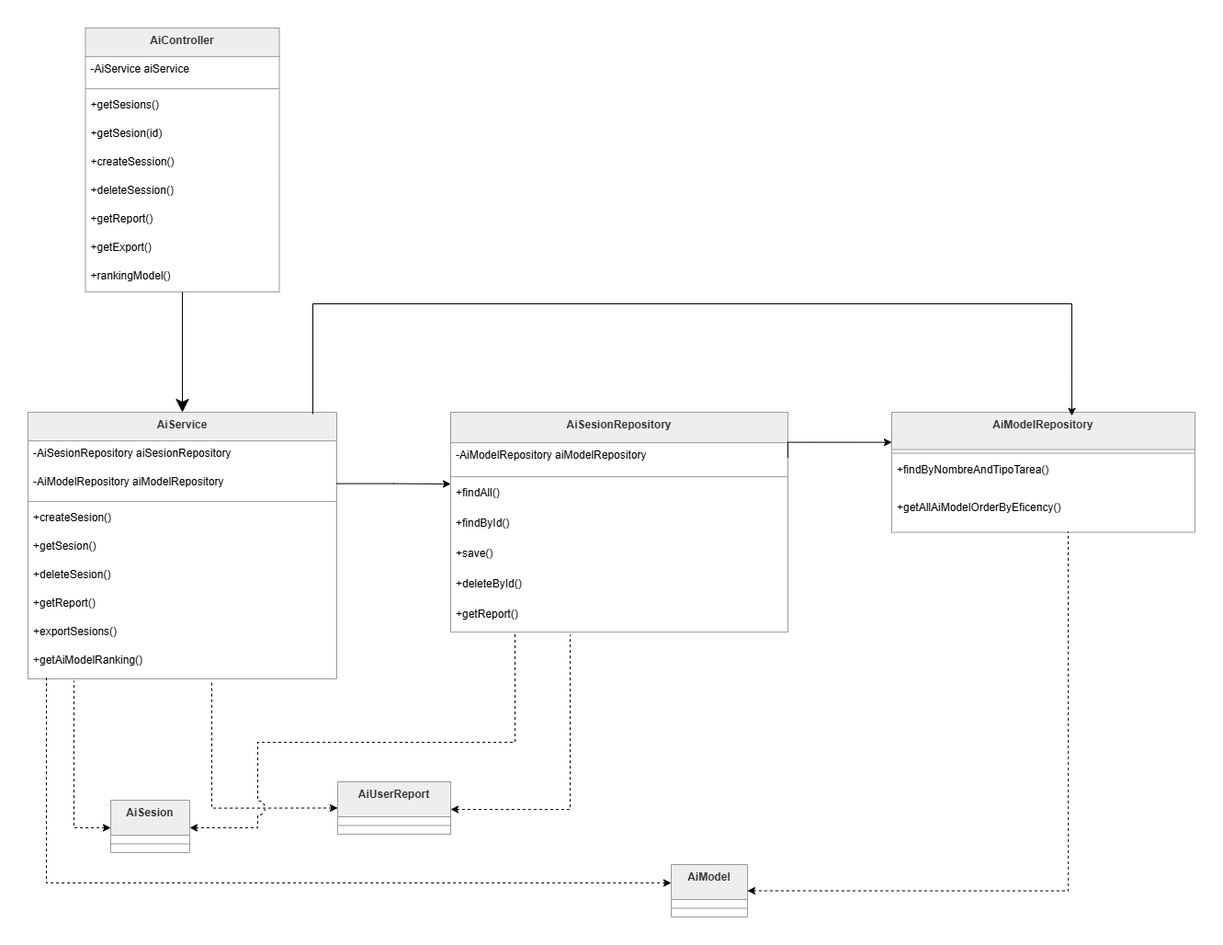
Earlier version of the draw.io export docs/diagramas/02-capas.png (lucia-M-G/practica-springboot). Source tidied: cells renumbered, new cells last; positions are measured from the earlier drawing's top-left corner, leaving out a move shared by most shapes.
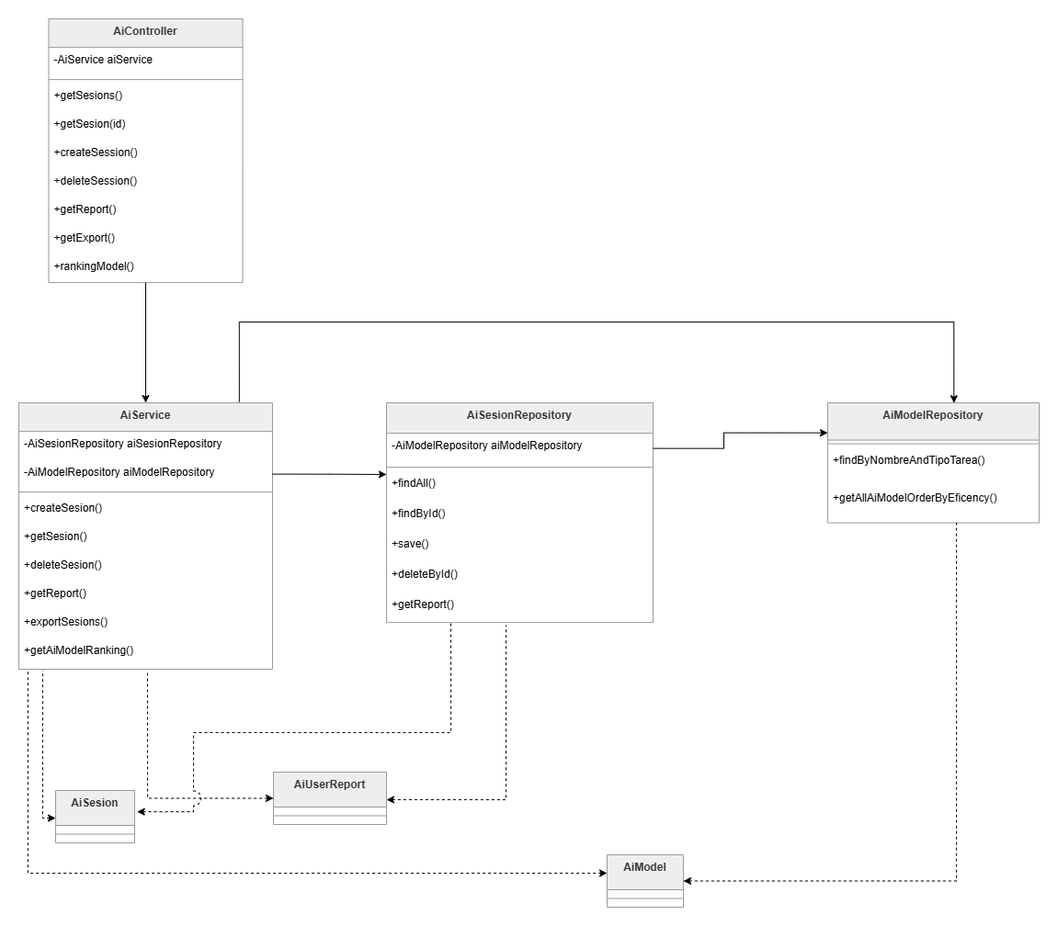
The same diagram one commit later.

The edit, as a diff of the source:
```diff
@@ -3,7 +3,7 @@
     <mxCell id="0" />
     <mxCell id="1" parent="0" />
     <mxCell id="2" value="AiController" style="swimlane;fontStyle=1;align=center;verticalAlign=top;horizontal=1;startSize=31.11111111111111;fillColor=light-dark(#eeeeee,#1f2020);strokeColor=light-dark(#999999,#cccccc);fontColor=light-dark(#333333,#cccccc);" parent="1" vertex="1">
-      <mxGeometry x="62.5" width="211" height="287.1" as="geometry" />
+      <mxGeometry x="92.5" width="211" height="287.1" as="geometry" />
     </mxCell>
     <mxCell id="3" value="-AiService aiService" style="text;strokeColor=none;fillColor=none;align=left;verticalAlign=top;spacingLeft=4;spacingRight=4;overflow=hidden;" parent="2" vertex="1">
       <mxGeometry y="31.1" width="211" height="31" as="geometry" />
@@ -33,99 +33,96 @@
       <mxGeometry y="256.1" width="211" height="31" as="geometry" />
     </mxCell>
     <mxCell id="12" value="AiService" style="swimlane;fontStyle=1;align=center;verticalAlign=top;horizontal=1;startSize=31.11111111111111;fillColor=light-dark(#eeeeee,#1f2020);strokeColor=light-dark(#999999,#cccccc);fontColor=light-dark(#333333,#cccccc);" parent="1" vertex="1">
-      <mxGeometry y="418" width="336" height="290" as="geometry" />
+      <mxGeometry x="60" y="418" width="276" height="290" as="geometry" />
     </mxCell>
     <mxCell id="13" value="-AiSesionRepository aiSesionRepository" style="text;strokeColor=none;fillColor=none;align=left;verticalAlign=top;spacingLeft=4;spacingRight=4;overflow=hidden;" parent="12" vertex="1">
-      <mxGeometry y="31.1" width="336" height="31" as="geometry" />
+      <mxGeometry y="31.1" width="276" height="31" as="geometry" />
     </mxCell>
     <mxCell id="14" value="-AiModelRepository aiModelRepository" style="text;strokeColor=none;fillColor=none;align=left;verticalAlign=top;spacingLeft=4;spacingRight=4;overflow=hidden;points=[[0,0.5],[1,0.5]];portConstraint=eastwest;" parent="12" vertex="1">
-      <mxGeometry y="62.1" width="336" height="31" as="geometry" />
+      <mxGeometry y="62.1" width="276" height="31" as="geometry" />
     </mxCell>
     <mxCell id="15" style="line;strokeWidth=1;fillColor=none;align=left;verticalAlign=middle;spacingTop=-1;spacingLeft=3;spacingRight=3;labelPosition=right;strokeColor=inherit;" parent="12" vertex="1">
-      <mxGeometry y="93.1" width="336" height="8" as="geometry" />
+      <mxGeometry y="93.1" width="276" height="8" as="geometry" />
     </mxCell>
     <mxCell id="16" value="+createSesion()" style="text;strokeColor=none;fillColor=none;align=left;verticalAlign=top;spacingLeft=4;spacingRight=4;overflow=hidden;" parent="12" vertex="1">
-      <mxGeometry y="101.1" width="336" height="31" as="geometry" />
+      <mxGeometry y="101.1" width="276" height="31" as="geometry" />
     </mxCell>
     <mxCell id="17" value="+getSesion()" style="text;strokeColor=none;fillColor=none;align=left;verticalAlign=top;spacingLeft=4;spacingRight=4;overflow=hidden;" parent="12" vertex="1">
-      <mxGeometry y="132.1" width="336" height="31" as="geometry" />
+      <mxGeometry y="132.1" width="276" height="31" as="geometry" />
     </mxCell>
     <mxCell id="18" value="+deleteSesion()" style="text;strokeColor=none;fillColor=none;align=left;verticalAlign=top;spacingLeft=4;spacingRight=4;overflow=hidden;" parent="12" vertex="1">
-      <mxGeometry y="163.1" width="336" height="31" as="geometry" />
+      <mxGeometry y="163.1" width="276" height="31" as="geometry" />
     </mxCell>
     <mxCell id="19" value="+getReport()" style="text;strokeColor=none;fillColor=none;align=left;verticalAlign=top;spacingLeft=4;spacingRight=4;overflow=hidden;" parent="12" vertex="1">
-      <mxGeometry y="194.1" width="336" height="31" as="geometry" />
+      <mxGeometry y="194.1" width="276" height="31" as="geometry" />
     </mxCell>
     <mxCell id="20" value="+exportSesions()" style="text;strokeColor=none;fillColor=none;align=left;verticalAlign=top;spacingLeft=4;spacingRight=4;overflow=hidden;" parent="12" vertex="1">
-      <mxGeometry y="225.1" width="336" height="31" as="geometry" />
+      <mxGeometry y="225.1" width="276" height="31" as="geometry" />
     </mxCell>
     <mxCell id="21" value="+getAiModelRanking()" style="text;strokeColor=none;fillColor=none;align=left;verticalAlign=top;spacingLeft=4;spacingRight=4;overflow=hidden;points=[[0,0.5],[1,0.5]];portConstraint=eastwest;" parent="12" vertex="1">
-      <mxGeometry y="256.1" width="336" height="33.9" as="geometry" />
+      <mxGeometry y="256.1" width="276" height="33.9" as="geometry" />
     </mxCell>
     <mxCell id="22" value="AiSesionRepository" style="swimlane;fontStyle=1;align=center;verticalAlign=top;horizontal=1;startSize=33.142857142857146;fillColor=light-dark(#eeeeee,#1f2020);strokeColor=light-dark(#999999,#cccccc);fontColor=light-dark(#333333,#cccccc);" parent="1" vertex="1">
-      <mxGeometry x="460" y="418" width="367" height="239.1" as="geometry" />
+      <mxGeometry x="460" y="418" width="290" height="239.1" as="geometry" />
     </mxCell>
     <mxCell id="23" value="-AiModelRepository aiModelRepository" style="text;strokeColor=none;fillColor=none;align=left;verticalAlign=top;spacingLeft=4;spacingRight=4;overflow=hidden;points=[[0,0.5],[1,0.5]];portConstraint=eastwest;" parent="22" vertex="1">
-      <mxGeometry y="33.1" width="367" height="33" as="geometry" />
+      <mxGeometry y="33.1" width="290" height="33" as="geometry" />
     </mxCell>
     <mxCell id="24" style="line;strokeWidth=1;fillColor=none;align=left;verticalAlign=middle;spacingTop=-1;spacingLeft=3;spacingRight=3;labelPosition=right;strokeColor=inherit;" parent="22" vertex="1">
-      <mxGeometry y="66.1" width="367" height="8" as="geometry" />
+      <mxGeometry y="66.1" width="290" height="8" as="geometry" />
     </mxCell>
     <mxCell id="25" value="+findAll()" style="text;strokeColor=none;fillColor=none;align=left;verticalAlign=top;spacingLeft=4;spacingRight=4;overflow=hidden;" parent="22" vertex="1">
-      <mxGeometry y="74.1" width="367" height="33" as="geometry" />
+      <mxGeometry y="74.1" width="290" height="33" as="geometry" />
     </mxCell>
     <mxCell id="26" value="+findById()" style="text;strokeColor=none;fillColor=none;align=left;verticalAlign=top;spacingLeft=4;spacingRight=4;overflow=hidden;" parent="22" vertex="1">
-      <mxGeometry y="107.1" width="367" height="33" as="geometry" />
+      <mxGeometry y="107.1" width="290" height="33" as="geometry" />
     </mxCell>
     <mxCell id="27" value="+save()" style="text;strokeColor=none;fillColor=none;align=left;verticalAlign=top;spacingLeft=4;spacingRight=4;overflow=hidden;" parent="22" vertex="1">
-      <mxGeometry y="140.1" width="367" height="33" as="geometry" />
+      <mxGeometry y="140.1" width="290" height="33" as="geometry" />
     </mxCell>
     <mxCell id="28" value="+deleteById()" style="text;strokeColor=none;fillColor=none;align=left;verticalAlign=top;spacingLeft=4;spacingRight=4;overflow=hidden;" parent="22" vertex="1">
-      <mxGeometry y="173.1" width="367" height="33" as="geometry" />
+      <mxGeometry y="173.1" width="290" height="33" as="geometry" />
     </mxCell>
     <mxCell id="29" value="+getReport()" style="text;strokeColor=none;fillColor=none;align=left;verticalAlign=top;spacingLeft=4;spacingRight=4;overflow=hidden;" parent="22" vertex="1">
-      <mxGeometry y="206.1" width="367" height="33" as="geometry" />
+      <mxGeometry y="206.1" width="290" height="33" as="geometry" />
     </mxCell>
     <mxCell id="30" value="AiModelRepository" style="swimlane;fontStyle=1;align=center;verticalAlign=top;horizontal=1;startSize=40.57142857142857;fillColor=light-dark(#eeeeee,#1f2020);strokeColor=light-dark(#999999,#cccccc);fontColor=light-dark(#333333,#cccccc);" parent="1" vertex="1">
-      <mxGeometry x="940" y="418" width="330" height="130.6" as="geometry" />
+      <mxGeometry x="940" y="418" width="230" height="130.6" as="geometry" />
     </mxCell>
     <mxCell id="31" style="line;strokeWidth=1;fillColor=none;align=left;verticalAlign=middle;spacingTop=-1;spacingLeft=3;spacingRight=3;labelPosition=right;strokeColor=inherit;" parent="30" vertex="1">
-      <mxGeometry y="40.6" width="330" height="8" as="geometry" />
+      <mxGeometry y="40.6" width="230" height="8" as="geometry" />
     </mxCell>
     <mxCell id="32" value="+findByNombreAndTipoTarea()" style="text;strokeColor=none;fillColor=none;align=left;verticalAlign=top;spacingLeft=4;spacingRight=4;overflow=hidden;" parent="30" vertex="1">
-      <mxGeometry y="48.6" width="330" height="41" as="geometry" />
+      <mxGeometry y="48.6" width="230" height="41" as="geometry" />
     </mxCell>
     <mxCell id="33" value="+getAllAiModelOrderByEficency()" style="text;strokeColor=none;fillColor=none;align=left;verticalAlign=top;spacingLeft=4;spacingRight=4;overflow=hidden;points=[[0,0.5],[1,0.5]];portConstraint=eastwest;" parent="30" vertex="1">
-      <mxGeometry y="89.6" width="330" height="41" as="geometry" />
+      <mxGeometry y="89.6" width="230" height="41" as="geometry" />
     </mxCell>
-    <mxCell id="34" style="edgeStyle=orthogonalEdgeStyle;rounded=0;jettySize=auto;html=1;dashed=1;startArrow=classic;startFill=1;endArrow=none;endFill=0;" parent="1" edge="1" source="35">
+    <mxCell id="34" style="edgeStyle=orthogonalEdgeStyle;rounded=0;jettySize=auto;html=1;dashed=1;startArrow=classic;startFill=1;endArrow=none;endFill=0;entryX=0.094;entryY=1.034;entryDx=0;entryDy=0;entryPerimeter=0;" parent="1" edge="1" source="35" target="21">
       <mxGeometry relative="1" as="geometry">
-        <mxPoint x="50" y="710" as="targetPoint" />
         <Array as="points">
-          <mxPoint x="50" y="870" />
+          <mxPoint x="86" y="870" />
         </Array>
       </mxGeometry>
     </mxCell>
     <mxCell id="35" value="AiSesion" style="swimlane;fontStyle=1;align=center;verticalAlign=top;horizontal=1;startSize=38;fillColor=light-dark(#eeeeee,#1f2020);strokeColor=light-dark(#999999,#cccccc);fontColor=light-dark(#333333,#cccccc);" parent="1" vertex="1">
-      <mxGeometry x="90" y="840" width="86" height="57" as="geometry" />
+      <mxGeometry x="100" y="840" width="86" height="57" as="geometry" />
     </mxCell>
     <mxCell id="36" style="line;strokeWidth=1;fillColor=none;align=left;verticalAlign=middle;spacingTop=-1;spacingLeft=3;spacingRight=3;labelPosition=right;strokeColor=inherit;" parent="35" vertex="1">
       <mxGeometry y="38" width="86" height="19" as="geometry" />
     </mxCell>
-    <mxCell id="37" style="edgeStyle=orthogonalEdgeStyle;rounded=0;jettySize=auto;html=1;dashed=1;startArrow=classic;startFill=1;endArrow=none;endFill=0;entryX=0.054;entryY=0.934;entryDx=0;entryDy=0;entryPerimeter=0;" parent="1" edge="1" target="21">
+    <mxCell id="37" style="edgeStyle=orthogonalEdgeStyle;rounded=0;jettySize=auto;html=1;dashed=1;startArrow=classic;startFill=1;endArrow=none;endFill=0;entryX=0.036;entryY=1.059;entryDx=0;entryDy=0;entryPerimeter=0;" parent="1" edge="1" target="21">
       <mxGeometry relative="1" as="geometry">
         <mxPoint x="700" y="930" as="sourcePoint" />
         <Array as="points">
-          <mxPoint x="700" y="930" />
-          <mxPoint x="20" y="930" />
-          <mxPoint x="20" y="706" />
+          <mxPoint x="70" y="930" />
         </Array>
       </mxGeometry>
     </mxCell>
-    <mxCell id="38" style="edgeStyle=orthogonalEdgeStyle;rounded=0;jettySize=auto;html=1;exitX=1;exitY=0.5;exitDx=0;exitDy=0;dashed=1;startArrow=classic;startFill=1;endArrow=none;endFill=0;entryX=0.582;entryY=0.98;entryDx=0;entryDy=0;entryPerimeter=0;" parent="1" edge="1" source="39" target="33">
+    <mxCell id="38" style="edgeStyle=orthogonalEdgeStyle;rounded=0;jettySize=auto;html=1;exitX=1;exitY=0.5;exitDx=0;exitDy=0;dashed=1;startArrow=classic;startFill=1;endArrow=none;endFill=0;entryX=0.609;entryY=0.998;entryDx=0;entryDy=0;entryPerimeter=0;" parent="1" edge="1" source="39" target="33">
       <mxGeometry relative="1" as="geometry">
         <Array as="points">
-          <mxPoint x="1132" y="938" />
+          <mxPoint x="1080" y="939" />
         </Array>
       </mxGeometry>
     </mxCell>
@@ -147,7 +144,7 @@
     <mxCell id="43" style="line;strokeWidth=1;fillColor=none;align=left;verticalAlign=middle;spacingTop=-1;spacingLeft=3;spacingRight=3;labelPosition=right;strokeColor=inherit;" parent="42" vertex="1">
       <mxGeometry y="38" width="123" height="19" as="geometry" />
     </mxCell>
-    <mxCell id="44" style="curved=1;startArrow=none;endArrow=classic;endSize=12;exitX=0.5;exitY=1;entryX=0.5;entryY=0;rounded=0;endFill=1;" parent="1" edge="1" source="2" target="12">
+    <mxCell id="44" style="curved=1;startArrow=none;endArrow=classic;endSize=6;exitX=0.5;exitY=1;entryX=0.5;entryY=0;rounded=0;endFill=1;" parent="1" edge="1" source="2" target="12">
       <mxGeometry relative="1" as="geometry" />
     </mxCell>
     <mxCell id="45" style="edgeStyle=orthogonalEdgeStyle;rounded=0;jettySize=auto;html=1;exitX=1;exitY=0.5;exitDx=0;exitDy=0;" parent="1" edge="1" source="14">
@@ -160,24 +157,21 @@
         <mxPoint x="200" y="710" as="targetPoint" />
       </mxGeometry>
     </mxCell>
-    <mxCell id="47" style="edgeStyle=orthogonalEdgeStyle;rounded=0;orthogonalLoop=1;jettySize=auto;html=1;jumpStyle=arc;jumpSize=16;dashed=1;endArrow=none;endFill=0;startArrow=classic;startFill=1;" parent="1" edge="1">
+    <mxCell id="47" style="edgeStyle=orthogonalEdgeStyle;rounded=0;jettySize=auto;html=1;jumpStyle=arc;jumpSize=16;dashed=1;endArrow=none;endFill=0;startArrow=classic;startFill=1;exitX=1.031;exitY=0.406;exitDx=0;exitDy=0;exitPerimeter=0;" parent="1" edge="1" source="35">
       <mxGeometry relative="1" as="geometry">
-        <mxPoint x="176" y="870" as="sourcePoint" />
         <mxPoint x="530" y="657.1" as="targetPoint" />
         <Array as="points">
-          <mxPoint x="176" y="870" />
-          <mxPoint x="250" y="870" />
+          <mxPoint x="250" y="863" />
           <mxPoint x="250" y="777" />
           <mxPoint x="530" y="777" />
         </Array>
       </mxGeometry>
     </mxCell>
-    <mxCell id="48" style="edgeStyle=orthogonalEdgeStyle;rounded=0;jettySize=auto;html=1;entryX=0.594;entryY=0.029;entryDx=0;entryDy=0;entryPerimeter=0;" parent="1" edge="1" target="30">
+    <mxCell id="48" style="edgeStyle=orthogonalEdgeStyle;rounded=0;jettySize=auto;html=1;exitX=0.869;exitY=-0.003;exitDx=0;exitDy=0;exitPerimeter=0;entryX=0.597;entryY=0.002;entryDx=0;entryDy=0;entryPerimeter=0;" parent="1" edge="1" source="12" target="30">
       <mxGeometry relative="1" as="geometry">
-        <mxPoint x="310" y="420" as="sourcePoint" />
         <Array as="points">
-          <mxPoint x="310" y="300" />
-          <mxPoint x="1136" y="300" />
+          <mxPoint x="300" y="330" />
+          <mxPoint x="1077" y="330" />
         </Array>
       </mxGeometry>
     </mxCell>
```
